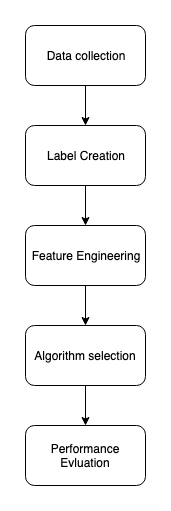
Earlier version of the draw.io export images/flowdiagram/Untitled Diagram.png (sbenstewart/cip-lab). Source tidied: cells renumbered, new cells last; positions are measured from the earlier drawing's top-left corner, leaving out a move shared by most shapes. Source of this version:
```xml
<mxGraphModel>
  <root>
    <mxCell id="0" />
    <mxCell id="1" parent="0" />
    <mxCell id="2" value="Data collection&lt;span style=&quot;font-family: &amp;#34;helvetica&amp;#34; , &amp;#34;arial&amp;#34; , sans-serif ; font-size: 0px ; white-space: nowrap&quot;&gt;%3CmxGraphModel%3E%3Croot%3E%3CmxCell%20id%3D%220%22%2F%3E%3CmxCell%20id%3D%221%22%20parent%3D%220%22%2F%3E%3CmxCell%20id%3D%222%22%20value%3D%22%22%20style%3D%22rounded%3D1%3BwhiteSpace%3Dwrap%3Bhtml%3D1%3B%22%20vertex%3D%221%22%20parent%3D%221%22%3E%3CmxGeometry%20x%3D%22310%22%20y%3D%2240%22%20width%3D%22120%22%20height%3D%2260%22%20as%3D%22geometry%22%2F%3E%3C%2FmxCell%3E%3C%2Froot%3E%3C%2FmxGraphModel%3E&lt;/span&gt;" style="rounded=1;whiteSpace=wrap;html=1;" parent="1" vertex="1">
      <mxGeometry width="120" height="60" as="geometry" />
    </mxCell>
    <mxCell id="3" value="Label Creation" style="rounded=1;whiteSpace=wrap;html=1;" parent="1" vertex="1">
      <mxGeometry y="100" width="120" height="60" as="geometry" />
    </mxCell>
    <mxCell id="4" value="Feature Engineering" style="rounded=1;whiteSpace=wrap;html=1;" parent="1" vertex="1">
      <mxGeometry y="200" width="120" height="60" as="geometry" />
    </mxCell>
    <mxCell id="5" value="Algorithm selection" style="rounded=1;whiteSpace=wrap;html=1;" parent="1" vertex="1">
      <mxGeometry y="300" width="120" height="60" as="geometry" />
    </mxCell>
    <mxCell id="6" value="Performance Evluation&lt;span style=&quot;font-family: &amp;#34;helvetica&amp;#34; , &amp;#34;arial&amp;#34; , sans-serif ; font-size: 0px ; white-space: nowrap&quot;&gt;%3CmxGraphModel%3E%3Croot%3E%3CmxCell%20id%3D%220%22%2F%3E%3CmxCell%20id%3D%221%22%20parent%3D%220%22%2F%3E%3CmxCell%20id%3D%222%22%20value%3D%22Algorithm%20selection%22%20style%3D%22rounded%3D1%3BwhiteSpace%3Dwrap%3Bhtml%3D1%3B%22%20vertex%3D%221%22%20parent%3D%221%22%3E%3CmxGeometry%20x%3D%22310%22%20y%3D%22370%22%20width%3D%22120%22%20height%3D%2260%22%20as%3D%22geometry%22%2F%3E%3C%2FmxCell%3E%3C%2Froot%3E%3C%2FmxGraphModel%3E&lt;/span&gt;" style="rounded=1;whiteSpace=wrap;html=1;" parent="1" vertex="1">
      <mxGeometry y="400" width="120" height="60" as="geometry" />
    </mxCell>
    <mxCell id="7" style="endArrow=classic;html=1;exitX=0.5;exitY=1;exitDx=0;exitDy=0;" parent="1" edge="1" source="3">
      <mxGeometry relative="1" as="geometry">
        <mxPoint x="60" y="200" as="targetPoint" />
      </mxGeometry>
    </mxCell>
    <mxCell id="8" style="endArrow=classic;html=1;exitX=0.5;exitY=1;exitDx=0;exitDy=0;entryX=0.5;entryY=0;entryDx=0;entryDy=0;" parent="1" edge="1" source="5" target="6">
      <mxGeometry relative="1" as="geometry" />
    </mxCell>
    <mxCell id="9" style="endArrow=classic;html=1;exitX=0.5;exitY=1;exitDx=0;exitDy=0;" parent="1" edge="1" source="4" target="5">
      <mxGeometry relative="1" as="geometry" />
    </mxCell>
    <mxCell id="10" style="endArrow=classic;html=1;exitX=0.5;exitY=1;exitDx=0;exitDy=0;entryX=0.5;entryY=0;entryDx=0;entryDy=0;" parent="1" edge="1" source="2" target="3">
      <mxGeometry relative="1" as="geometry" />
    </mxCell>
  </root>
</mxGraphModel>
```
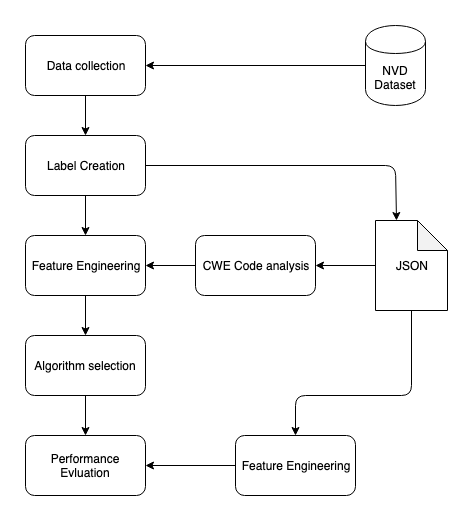
Above is the later version.

Change to the diagram source:
```diff
@@ -31,5 +31,46 @@
     <mxCell id="10" style="endArrow=classic;html=1;exitX=0.5;exitY=1;exitDx=0;exitDy=0;entryX=0.5;entryY=0;entryDx=0;entryDy=0;" parent="1" edge="1" source="2" target="3">
       <mxGeometry relative="1" as="geometry" />
     </mxCell>
+    <mxCell id="11" value="NVD Dataset" style="shape=cylinder;whiteSpace=wrap;html=1;boundedLbl=1;backgroundOutline=1;" parent="1" vertex="1">
+      <mxGeometry x="340" y="-10" width="60" height="80" as="geometry" />
+    </mxCell>
+    <mxCell id="12" style="endArrow=classic;html=1;exitX=0;exitY=0.5;exitDx=0;exitDy=0;entryX=1;entryY=0.5;entryDx=0;entryDy=0;" parent="1" edge="1" source="11" target="2">
+      <mxGeometry relative="1" as="geometry" />
+    </mxCell>
+    <mxCell id="13" value="JSON" style="shape=note;whiteSpace=wrap;html=1;backgroundOutline=1;darkOpacity=0.05;" parent="1" vertex="1">
+      <mxGeometry x="350" y="185" width="72" height="90" as="geometry" />
+    </mxCell>
+    <mxCell id="14" style="endArrow=classic;html=1;exitX=1;exitY=0.5;exitDx=0;exitDy=0;entryX=0;entryY=0;entryDx=21;entryDy=0;entryPerimeter=0;" parent="1" edge="1" source="3" target="13">
+      <mxGeometry relative="1" as="geometry">
+        <Array as="points">
+          <mxPoint x="370" y="130" />
+        </Array>
+      </mxGeometry>
+    </mxCell>
+    <mxCell id="15" style="endArrow=classic;html=1;exitX=0;exitY=0.5;exitDx=0;exitDy=0;exitPerimeter=0;entryX=1;entryY=0.5;entryDx=0;entryDy=0;" parent="1" edge="1" source="13" target="19">
+      <mxGeometry relative="1" as="geometry" />
+    </mxCell>
+    <mxCell id="16" value="Feature Engineering" style="rounded=1;whiteSpace=wrap;html=1;" parent="1" vertex="1">
+      <mxGeometry x="210" y="400" width="120" height="60" as="geometry" />
+    </mxCell>
+    <mxCell id="17" style="endArrow=classic;html=1;exitX=0.5;exitY=1;exitDx=0;exitDy=0;exitPerimeter=0;entryX=0.5;entryY=0;entryDx=0;entryDy=0;" parent="1" edge="1" source="13" target="16">
+      <mxGeometry relative="1" as="geometry">
+        <Array as="points">
+          <mxPoint x="386" y="360" />
+          <mxPoint x="270" y="360" />
+        </Array>
+      </mxGeometry>
+    </mxCell>
+    <mxCell id="18" style="endArrow=classic;html=1;exitX=0;exitY=0.5;exitDx=0;exitDy=0;entryX=1;entryY=0.5;entryDx=0;entryDy=0;" parent="1" edge="1" source="16" target="6">
+      <mxGeometry relative="1" as="geometry" />
+    </mxCell>
+    <mxCell id="19" value="CWE Code analysis" style="rounded=1;whiteSpace=wrap;html=1;" parent="1" vertex="1">
+      <mxGeometry x="170" y="200" width="120" height="60" as="geometry" />
+    </mxCell>
+    <mxCell id="20" style="endArrow=classic;html=1;entryX=1;entryY=0.5;entryDx=0;entryDy=0;" parent="1" edge="1" target="4">
+      <mxGeometry relative="1" as="geometry">
+        <mxPoint x="170" y="230" as="sourcePoint" />
+      </mxGeometry>
+    </mxCell>
   </root>
 </mxGraphModel>
```
